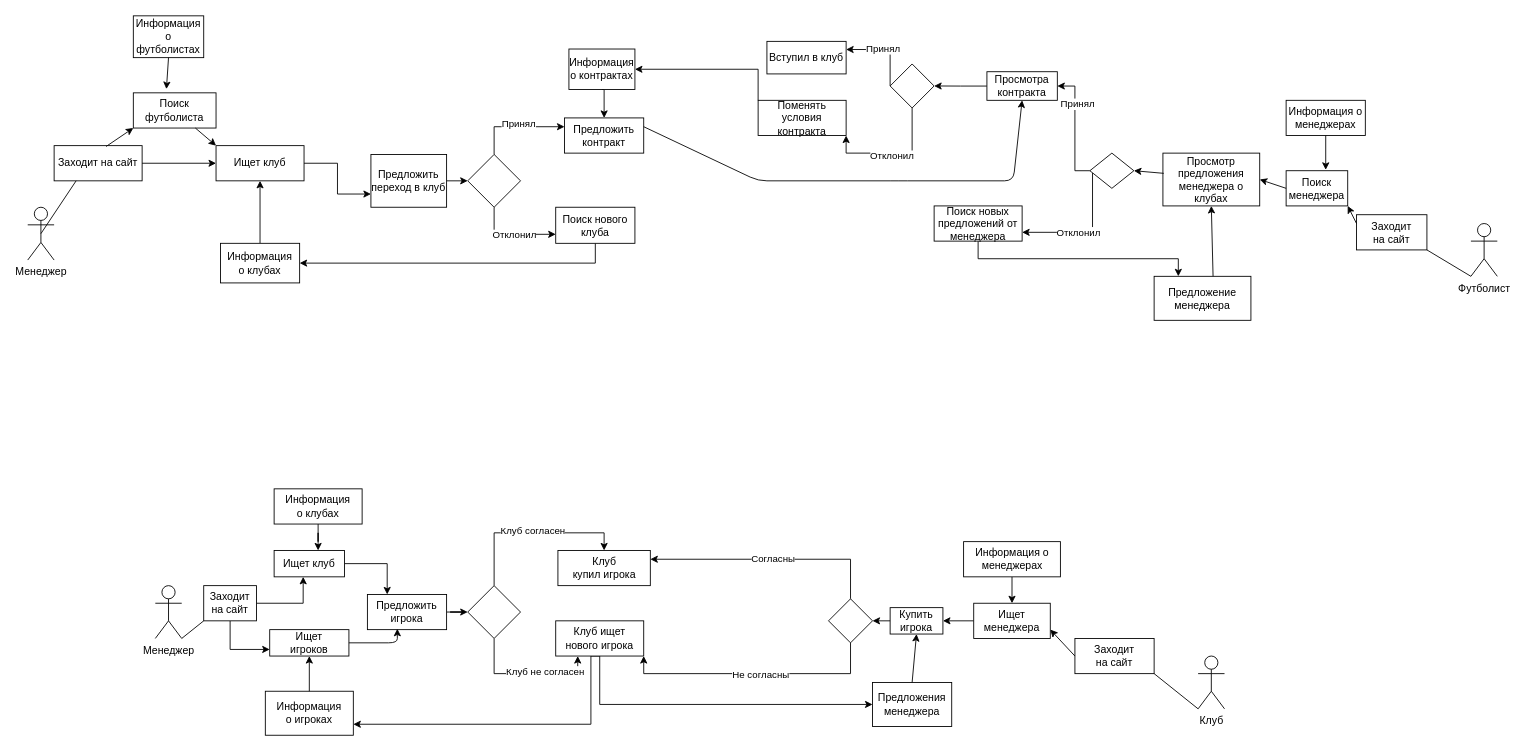
Above: Diagrams/DFD.drawio in ErifKcalb/Uchebnya-Praktika-1 (draw.io), before the change. Source tidied: cells renumbered, new cells numbered last; positions are measured from the earlier drawing's top-left corner, leaving out a move shared by most shapes. Both pictures are drawn from the tidied source at 88%, with x=0, y=0 at pixel (27, 15).
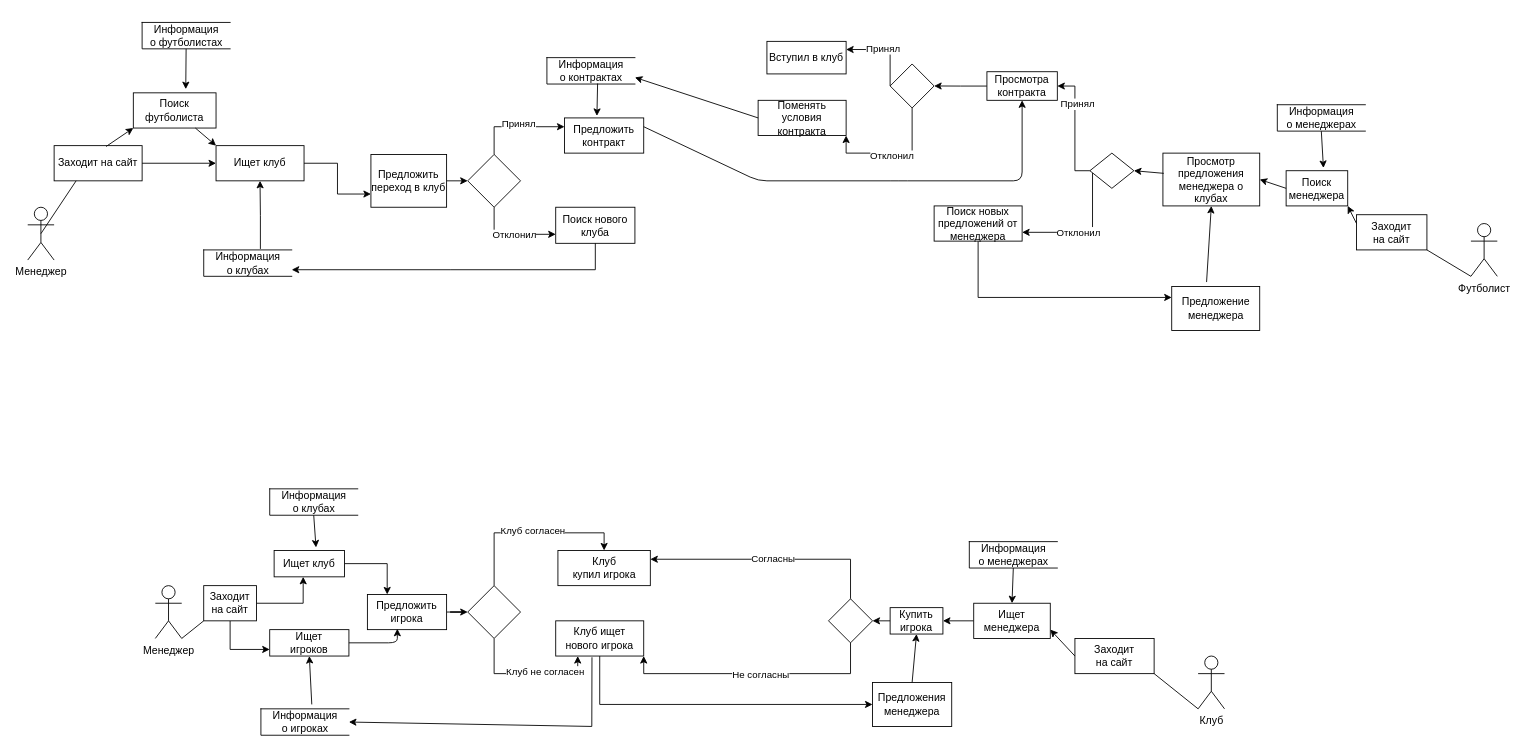
Above is the later version.

Unchanged cells that the change refers to:
```xml
<mxCell id="4" value="Поиск&lt;br&gt;футболиста" style="rounded=0;whiteSpace=wrap;html=1;" parent="1" vertex="1">
  <mxGeometry x="120" y="88" width="94" height="40" as="geometry" />
</mxCell>
<mxCell id="14" value="Поиск&lt;br&gt;менеджера&lt;br&gt;" style="rounded=0;whiteSpace=wrap;html=1;" parent="1" vertex="1">
  <mxGeometry x="1430" y="176.5" width="70" height="40" as="geometry" />
</mxCell>
<mxCell id="18" value="Просмотр&lt;br&gt;предложения менеджера о клубах&lt;br&gt;" style="rounded=0;whiteSpace=wrap;html=1;" parent="1" vertex="1">
  <mxGeometry x="1290" y="156.5" width="110" height="60" as="geometry" />
</mxCell>
<mxCell id="24" value="Просмотра&lt;br&gt;контракта" style="rounded=0;whiteSpace=wrap;html=1;" parent="1" vertex="1">
  <mxGeometry x="1090" y="64" width="80" height="32.5" as="geometry" />
</mxCell>
<mxCell id="26" value="Поиск новых предложений от менеджера" style="rounded=0;whiteSpace=wrap;html=1;" parent="1" vertex="1">
  <mxGeometry x="1030" y="216.5" width="100" height="40" as="geometry" />
</mxCell>
<mxCell id="39" value="Поменять условия контракта" style="rounded=0;whiteSpace=wrap;html=1;" parent="1" vertex="1">
  <mxGeometry x="830" y="96.5" width="100" height="40" as="geometry" />
</mxCell>
<mxCell id="43" value="Ищет клуб" style="rounded=0;whiteSpace=wrap;html=1;" parent="1" vertex="1">
  <mxGeometry x="214" y="148" width="100" height="40" as="geometry" />
</mxCell>
<mxCell id="51" value="Предложить контракт" style="rounded=0;whiteSpace=wrap;html=1;" parent="1" vertex="1">
  <mxGeometry x="610" y="116.5" width="90" height="40" as="geometry" />
</mxCell>
<mxCell id="53" value="Поиск нового&lt;br&gt;клуба&lt;br&gt;" style="rounded=0;whiteSpace=wrap;html=1;" parent="1" vertex="1">
  <mxGeometry x="600" y="218" width="90" height="41" as="geometry" />
</mxCell>
<mxCell id="60" value="Ищет&lt;br&gt;менеджера" style="rounded=0;whiteSpace=wrap;html=1;" parent="1" vertex="1">
  <mxGeometry x="1075" y="668" width="87" height="40" as="geometry" />
</mxCell>
<mxCell id="71" value="Ищет клуб" style="rounded=0;whiteSpace=wrap;html=1;" parent="1" vertex="1">
  <mxGeometry x="280" y="608" width="80" height="30" as="geometry" />
</mxCell>
<mxCell id="74" value="Ищет&lt;br&gt;игроков" style="rounded=0;whiteSpace=wrap;html=1;" parent="1" vertex="1">
  <mxGeometry x="275" y="698" width="90" height="30" as="geometry" />
</mxCell>
<mxCell id="88" value="Клуб ищет&lt;br&gt;нового игрока" style="rounded=0;whiteSpace=wrap;html=1;" parent="1" vertex="1">
  <mxGeometry x="600" y="688" width="100" height="40" as="geometry" />
</mxCell>
```

What changed in the source:
```diff
@@
-    <mxCell id="6" value="Информация&lt;br&gt;о футболистах" style="rounded=0;whiteSpace=wrap;html=1;" parent="1" vertex="1">
-      <mxGeometry x="120" y="0.5" width="80" height="47.5" as="geometry" />
-    </mxCell>
-    <mxCell id="7" style="endArrow=classic;html=1;entryX=0.4;entryY=-0.106;entryDx=0;entryDy=0;exitX=0.5;exitY=1;exitDx=0;exitDy=0;entryPerimeter=0;" parent="1" edge="1" source="6" target="4">
-      <mxGeometry relative="1" as="geometry" />
-    </mxCell>
@@
-    <mxCell id="10" style="edgeStyle=orthogonalEdgeStyle;rounded=0;jettySize=auto;html=1;entryX=0.5;entryY=1;entryDx=0;entryDy=0;" parent="1" edge="1" source="11" target="43">
+    <mxCell id="10" style="edgeStyle=orthogonalEdgeStyle;rounded=0;jettySize=auto;html=1;entryX=0.5;entryY=1;entryDx=0;entryDy=0;exitX=0.644;exitY=-0.037;exitDx=0;exitDy=0;exitPerimeter=0;" parent="1" edge="1" source="98" target="43">
       <mxGeometry relative="1" as="geometry" />
     </mxCell>
-    <mxCell id="11" value="Информация&lt;br&gt;о клубах" style="rounded=0;whiteSpace=wrap;html=1;" parent="1" vertex="1">
-      <mxGeometry x="219" y="259" width="90" height="45" as="geometry" />
-    </mxCell>
@@
-    <mxCell id="16" value="Информация о менеджерах&lt;br&gt;" style="rounded=0;whiteSpace=wrap;html=1;" parent="1" vertex="1">
-      <mxGeometry x="1430" y="96.5" width="90" height="40" as="geometry" />
-    </mxCell>
-    <mxCell id="17" style="endArrow=classic;html=1;exitX=0.5;exitY=1;exitDx=0;exitDy=0;entryX=0.643;entryY=-0.025;entryDx=0;entryDy=0;entryPerimeter=0;" parent="1" edge="1" source="16" target="14">
+    <mxCell id="17" style="endArrow=classic;html=1;exitX=0.5;exitY=1;exitDx=0;exitDy=0;entryX=0.606;entryY=-0.078;entryDx=0;entryDy=0;entryPerimeter=0;" parent="1" edge="1" source="100" target="14">
       <mxGeometry relative="1" as="geometry" />
     </mxCell>
@@
-    <mxCell id="25" style="edgeStyle=orthogonalEdgeStyle;rounded=0;jettySize=auto;html=1;exitX=0.5;exitY=1;exitDx=0;exitDy=0;entryX=0.25;entryY=0;entryDx=0;entryDy=0;" parent="1" edge="1" source="26" target="40">
+    <mxCell id="25" style="edgeStyle=orthogonalEdgeStyle;rounded=0;jettySize=auto;html=1;exitX=0.5;exitY=1;exitDx=0;exitDy=0;entryX=0;entryY=0.25;entryDx=0;entryDy=0;" parent="1" edge="1" source="26" target="40">
       <mxGeometry relative="1" as="geometry" />
     </mxCell>
@@
-    <mxCell id="38" style="edgeStyle=orthogonalEdgeStyle;rounded=0;jettySize=auto;html=1;exitX=0;exitY=0;exitDx=0;exitDy=0;entryX=1;entryY=0.5;entryDx=0;entryDy=0;" parent="1" edge="1" source="39" target="55">
-      <mxGeometry relative="1" as="geometry" />
-    </mxCell>
@@
-    <mxCell id="40" value="Предложение менеджера" style="rounded=0;whiteSpace=wrap;html=1;" parent="1" vertex="1">
-      <mxGeometry x="1280" y="296.5" width="110" height="50" as="geometry" />
-    </mxCell>
-    <mxCell id="41" style="endArrow=classic;html=1;entryX=0.5;entryY=1;entryDx=0;entryDy=0;exitX=0.609;exitY=-0.002;exitDx=0;exitDy=0;exitPerimeter=0;" parent="1" edge="1" source="40" target="18">
+    <mxCell id="41" style="endArrow=classic;html=1;entryX=0.5;entryY=1;entryDx=0;entryDy=0;exitX=0.396;exitY=-0.1;exitDx=0;exitDy=0;exitPerimeter=0;" parent="1" edge="1" source="40" target="18">
       <mxGeometry relative="1" as="geometry" />
     </mxCell>
@@
-    <mxCell id="52" style="edgeStyle=orthogonalEdgeStyle;rounded=0;jettySize=auto;html=1;exitX=0.5;exitY=1;exitDx=0;exitDy=0;entryX=1;entryY=0.5;entryDx=0;entryDy=0;" parent="1" edge="1" source="53" target="11">
-      <mxGeometry relative="1" as="geometry" />
-    </mxCell>
@@
-    <mxCell id="54" style="edgeStyle=orthogonalEdgeStyle;rounded=0;jettySize=auto;html=1;exitX=0.5;exitY=1;exitDx=0;exitDy=0;entryX=0.5;entryY=0;entryDx=0;entryDy=0;" parent="1" edge="1" source="55" target="51">
-      <mxGeometry relative="1" as="geometry" />
-    </mxCell>
-    <mxCell id="55" value="Информация&lt;br&gt;о контрактах" style="rounded=0;whiteSpace=wrap;html=1;" parent="1" vertex="1">
-      <mxGeometry x="615" y="38.2" width="75" height="46" as="geometry" />
-    </mxCell>
     <mxCell id="56" style="endArrow=classic;html=1;exitX=1;exitY=0.25;exitDx=0;exitDy=0;entryX=0.5;entryY=1;entryDx=0;entryDy=0;" parent="1" edge="1" source="51" target="24">
       <mxGeometry relative="1" as="geometry">
         <Array as="points">
           <mxPoint x="830" y="188" />
           <mxPoint x="990" y="188" />
-          <mxPoint x="1120" y="188" />
+          <mxPoint x="1130" y="188" />
         </Array>
       </mxGeometry>
     </mxCell>
@@
-    <mxCell id="63" style="edgeStyle=orthogonalEdgeStyle;rounded=0;jettySize=auto;html=1;exitX=0.5;exitY=1;exitDx=0;exitDy=0;entryX=0.5;entryY=0;entryDx=0;entryDy=0;" parent="1" edge="1" source="64" target="60">
-      <mxGeometry relative="1" as="geometry" />
-    </mxCell>
-    <mxCell id="64" value="Информация о менеджерах" style="rounded=0;whiteSpace=wrap;html=1;" parent="1" vertex="1">
-      <mxGeometry x="1063.5" y="598" width="110" height="40" as="geometry" />
-    </mxCell>
@@
-    <mxCell id="72" style="edgeStyle=orthogonalEdgeStyle;rounded=0;jettySize=auto;html=1;entryX=0.625;entryY=0;entryDx=0;entryDy=0;entryPerimeter=0;" parent="1" edge="1" source="73" target="71">
-      <mxGeometry relative="1" as="geometry" />
-    </mxCell>
-    <mxCell id="73" value="Информация&lt;br&gt;о клубах&lt;br&gt;" style="rounded=0;whiteSpace=wrap;html=1;" parent="1" vertex="1">
-      <mxGeometry x="280" y="538" width="100" height="40" as="geometry" />
-    </mxCell>
@@
-    <mxCell id="75" value="Информация&lt;br&gt;о игроках" style="rounded=0;whiteSpace=wrap;html=1;" parent="1" vertex="1">
-      <mxGeometry x="270" y="768" width="100" height="50" as="geometry" />
-    </mxCell>
-    <mxCell id="76" style="endArrow=classic;html=1;exitX=0.5;exitY=0;exitDx=0;exitDy=0;entryX=0.5;entryY=1;entryDx=0;entryDy=0;" parent="1" edge="1" source="75" target="74">
+    <mxCell id="76" style="endArrow=classic;html=1;exitX=0.578;exitY=-0.167;exitDx=0;exitDy=0;entryX=0.5;entryY=1;entryDx=0;entryDy=0;exitPerimeter=0;" parent="1" edge="1" source="75" target="74">
       <mxGeometry relative="1" as="geometry" />
     </mxCell>
@@
-    <mxCell id="86" style="edgeStyle=orthogonalEdgeStyle;rounded=0;jettySize=auto;html=1;exitX=0.5;exitY=1;exitDx=0;exitDy=0;entryX=1;entryY=0.75;entryDx=0;entryDy=0;exitPerimeter=0;" parent="1" edge="1" source="88" target="75">
-      <mxGeometry relative="1" as="geometry">
-        <Array as="points">
-          <mxPoint x="640" y="728" />
-          <mxPoint x="640" y="806" />
-        </Array>
-      </mxGeometry>
-    </mxCell>
@@
+    <mxCell id="6" value="Информация&lt;br&gt;о футболистах" style="html=1;dashed=0;whitespace=wrap;shape=partialRectangle;right=0;" parent="1" vertex="1">
+      <mxGeometry x="130" y="8" width="100" height="30" as="geometry" />
+    </mxCell>
+    <mxCell id="7" style="endArrow=classic;html=1;rounded=0;exitX=0.5;exitY=1;exitDx=0;exitDy=0;entryX=0.634;entryY=-0.105;entryDx=0;entryDy=0;entryPerimeter=0;" parent="1" edge="1" source="6" target="4">
+      <mxGeometry relative="1" as="geometry" />
+    </mxCell>
+    <mxCell id="98" value="Информация&lt;br&gt;о клубах" style="html=1;dashed=0;whitespace=wrap;shape=partialRectangle;right=0;" parent="1" vertex="1">
+      <mxGeometry x="200" y="266.5" width="100" height="30" as="geometry" />
+    </mxCell>
+    <mxCell id="99" style="endArrow=classic;html=1;rounded=0;exitX=0.5;exitY=1;exitDx=0;exitDy=0;entryX=1;entryY=0.75;entryDx=0;entryDy=0;" parent="1" edge="1" source="53" target="98">
+      <mxGeometry relative="1" as="geometry">
+        <Array as="points">
+          <mxPoint x="645" y="289" />
+          <mxPoint x="480" y="289" />
+        </Array>
+      </mxGeometry>
+    </mxCell>
+    <mxCell id="55" value="Информация&lt;br&gt;о контрактах" style="html=1;dashed=0;whitespace=wrap;shape=partialRectangle;right=0;" parent="1" vertex="1">
+      <mxGeometry x="590" y="48" width="100" height="30" as="geometry" />
+    </mxCell>
+    <mxCell id="38" style="endArrow=classic;html=1;rounded=0;exitX=0;exitY=0.5;exitDx=0;exitDy=0;entryX=1;entryY=0.75;entryDx=0;entryDy=0;" parent="1" edge="1" source="39" target="55">
+      <mxGeometry relative="1" as="geometry" />
+    </mxCell>
+    <mxCell id="54" style="endArrow=classic;html=1;rounded=0;exitX=0.576;exitY=0.98;exitDx=0;exitDy=0;exitPerimeter=0;entryX=0.409;entryY=-0.057;entryDx=0;entryDy=0;entryPerimeter=0;" parent="1" edge="1" source="55" target="51">
+      <mxGeometry relative="1" as="geometry" />
+    </mxCell>
+    <mxCell id="100" value="Информация&lt;br&gt;о менеджерах" style="html=1;dashed=0;whitespace=wrap;shape=partialRectangle;right=0;" parent="1" vertex="1">
+      <mxGeometry x="1420" y="101.5" width="100" height="30" as="geometry" />
+    </mxCell>
+    <mxCell id="101" value="Информация&lt;br&gt;о клубах" style="html=1;dashed=0;whitespace=wrap;shape=partialRectangle;right=0;" parent="1" vertex="1">
+      <mxGeometry x="275" y="538" width="100" height="30" as="geometry" />
+    </mxCell>
+    <mxCell id="102" style="endArrow=classic;html=1;rounded=0;exitX=0.5;exitY=1;exitDx=0;exitDy=0;entryX=0.595;entryY=-0.113;entryDx=0;entryDy=0;entryPerimeter=0;" parent="1" edge="1" source="101" target="71">
+      <mxGeometry relative="1" as="geometry" />
+    </mxCell>
+    <mxCell id="75" value="Информация&lt;br&gt;о игроках" style="html=1;dashed=0;whitespace=wrap;shape=partialRectangle;right=0;" parent="1" vertex="1">
+      <mxGeometry x="265" y="788" width="100" height="30" as="geometry" />
+    </mxCell>
+    <mxCell id="86" style="endArrow=classic;html=1;rounded=0;exitX=0.412;exitY=1.035;exitDx=0;exitDy=0;exitPerimeter=0;entryX=1;entryY=0.5;entryDx=0;entryDy=0;" parent="1" edge="1" source="88" target="75">
+      <mxGeometry relative="1" as="geometry">
+        <Array as="points">
+          <mxPoint x="641" y="808" />
+        </Array>
+      </mxGeometry>
+    </mxCell>
+    <mxCell id="103" value="Информация&lt;br&gt;о менеджерах" style="html=1;dashed=0;whitespace=wrap;shape=partialRectangle;right=0;" parent="1" vertex="1">
+      <mxGeometry x="1070" y="598" width="100" height="30" as="geometry" />
+    </mxCell>
+    <mxCell id="104" style="endArrow=classic;html=1;rounded=0;exitX=0.5;exitY=1;exitDx=0;exitDy=0;entryX=0.5;entryY=0;entryDx=0;entryDy=0;" parent="1" edge="1" source="103" target="60">
+      <mxGeometry relative="1" as="geometry" />
+    </mxCell>
+    <mxCell id="40" value="Предложение&lt;br&gt;менеджера" style="html=1;dashed=0;whitespace=wrap;" parent="1" vertex="1">
+      <mxGeometry x="1300" y="308" width="100" height="50" as="geometry" />
+    </mxCell>
```
